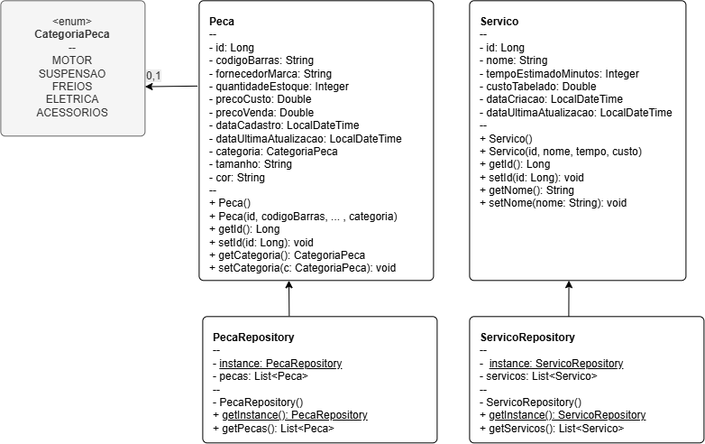
The draw.io diagram docs/Diagrama de classes.drawio.png in Emanuel-bit631/mecaniQA-api-equipe-macapa, before a commit. Source tidied: cells renumbered, new cells last; positions are measured from the earlier drawing's top-left corner, leaving out a move shared by most shapes.
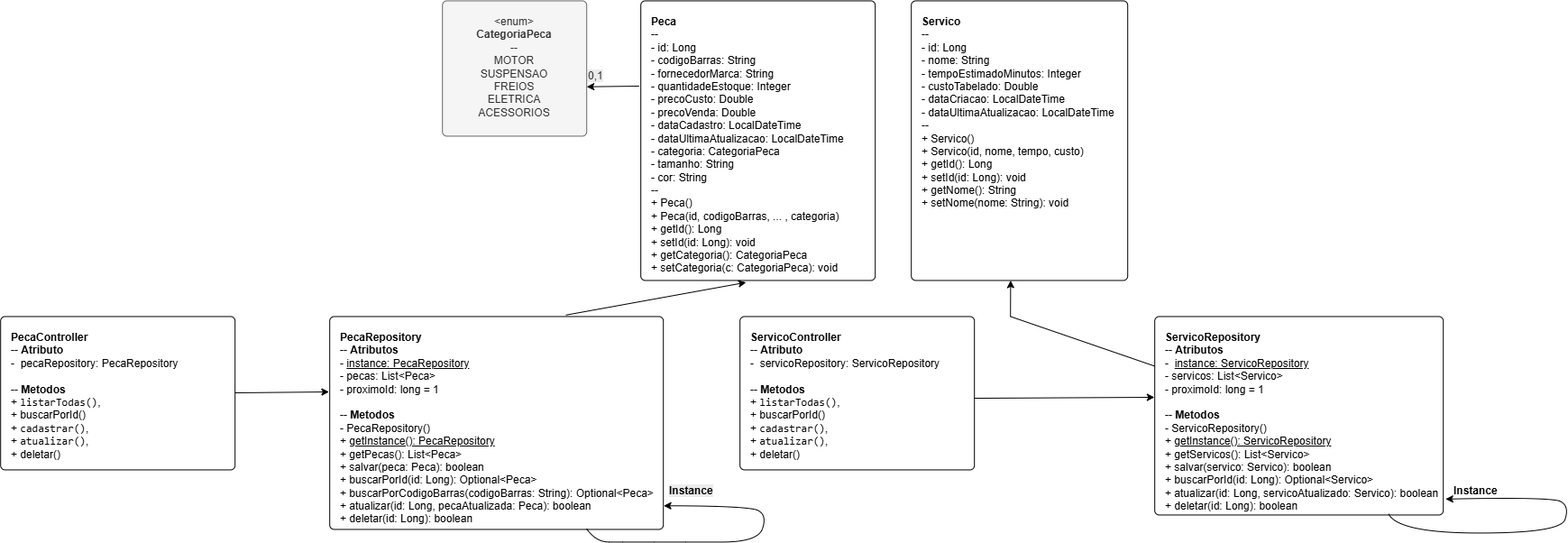
Above is the later version.

Commit message:
Finalizamos o codigo completo da OAT com todos os metodos http solicitados na gestão de peças e serviços adicionamos o arquivo de testes do postman além de atualizar o diagrama de classes

The edit, as a diff of the source:
```diff
@@ -19,16 +19,14 @@
     <mxCell id="6" value="&lt;span style=&quot;color: rgb(51, 51, 51); font-family: Helvetica; font-size: 12px; font-style: normal; font-variant-ligatures: normal; font-variant-caps: normal; font-weight: 400; letter-spacing: normal; orphans: 2; text-align: center; text-indent: 0px; text-transform: none; widows: 2; word-spacing: 0px; -webkit-text-stroke-width: 0px; white-space: normal; background-color: rgb(236, 236, 236); text-decoration-thickness: initial; text-decoration-style: initial; text-decoration-color: initial; float: none; display: inline !important;&quot;&gt;0,1&lt;/span&gt;" style="text;whiteSpace=wrap;html=1;" parent="1" vertex="1">
       <mxGeometry x="160" y="70" width="60" height="40" as="geometry" />
     </mxCell>
-    <mxCell id="7" value="&lt;b&gt;PecaRepository&lt;/b&gt;&lt;br&gt;--&lt;br&gt;-&amp;nbsp;&lt;u&gt;instance: PecaRepository&lt;/u&gt;&lt;br&gt;- pecas: List&amp;lt;Peca&amp;gt;&lt;br&gt;--&lt;br&gt;- PecaRepository()&lt;br&gt;+ &lt;u&gt;getInstance(): PecaRepository&lt;/u&gt;&lt;br&gt;+ getPecas(): List&amp;lt;Peca&amp;gt;" style="swipeable=0;html=1;shape=mxgraph.bootstrap.rrect;rSize=5;fillColor=#ffffff;fontColor=#000000;strokeColor=#000000;align=left;verticalAlign=top;whiteSpace=wrap;spacingTop=10;spacingLeft=10;" parent="1" vertex="1">
-      <mxGeometry x="224" y="350" width="260" height="140" as="geometry" />
+    <mxCell id="7" value="&lt;b&gt;PecaRepository&lt;/b&gt;&lt;br&gt;-- &lt;b&gt;Atributos&lt;/b&gt;&lt;br&gt;-&amp;nbsp;&lt;u&gt;instance: PecaRepository&lt;/u&gt;&lt;br&gt;- pecas: List&amp;lt;Peca&amp;gt;&lt;div&gt;-&amp;nbsp;proximoId: long = 1&lt;/div&gt;&lt;div&gt;&lt;br&gt;-- &lt;b&gt;Metodos&lt;/b&gt;&lt;br&gt;- PecaRepository()&lt;br&gt;+ &lt;u&gt;getInstance(): PecaRepository&lt;/u&gt;&lt;br&gt;+ getPecas(): List&amp;lt;Peca&amp;gt;&lt;/div&gt;&lt;div&gt;+&amp;nbsp;salvar(peca: Peca): boolean&lt;/div&gt;&lt;div&gt;+&amp;nbsp;buscarPorId(id: Long): Optional&amp;lt;Peca&amp;gt;&lt;/div&gt;&lt;div&gt;+&amp;nbsp;buscarPorCodigoBarras(codigoBarras: String): Optional&amp;lt;Peca&amp;gt;&lt;/div&gt;&lt;div&gt;+&amp;nbsp;atualizar(id: Long, pecaAtualizada: Peca): boolean&lt;/div&gt;&lt;div&gt;+&amp;nbsp;deletar(id: Long): boolean&lt;/div&gt;&lt;div&gt;&lt;br&gt;&lt;/div&gt;" style="swipeable=0;html=1;shape=mxgraph.bootstrap.rrect;rSize=5;fillColor=#ffffff;fontColor=#000000;strokeColor=#000000;align=left;verticalAlign=top;whiteSpace=wrap;spacingTop=10;spacingLeft=10;" parent="1" vertex="1">
+      <mxGeometry x="-125" y="350" width="370" height="236" as="geometry" />
     </mxCell>
-    <mxCell id="8" value="&lt;b&gt;ServicoRepository&lt;br&gt;&lt;/b&gt;--&lt;br&gt;-&amp;nbsp; &lt;u&gt;instance: ServicoRepository&lt;/u&gt;&lt;br&gt;- servicos: List&amp;lt;Servico&amp;gt;&lt;br&gt;--&lt;br&gt;- ServicoRepository()&lt;br&gt;+ &lt;u&gt;getInstance(): ServicoRepository&lt;/u&gt;&lt;br&gt;+ getServicos(): List&amp;lt;Servico&amp;gt;" style="swipeable=0;html=1;shape=mxgraph.bootstrap.rrect;rSize=5;fillColor=#ffffff;fontColor=#000000;strokeColor=#000000;align=left;verticalAlign=top;whiteSpace=wrap;spacingTop=10;spacingLeft=10;" parent="1" vertex="1">
-      <mxGeometry x="520" y="350" width="260" height="140" as="geometry" />
+    <mxCell id="8" value="&lt;b&gt;ServicoRepository&lt;br&gt;&lt;/b&gt;-- &lt;b&gt;Atributos&lt;/b&gt;&lt;br&gt;-&amp;nbsp; &lt;u&gt;instance: ServicoRepository&lt;/u&gt;&lt;br&gt;- servicos: List&amp;lt;Servico&amp;gt;&lt;div&gt;- proximoId: long = 1&lt;/div&gt;&lt;div&gt;&lt;br&gt;-- &lt;b&gt;Metodos&lt;/b&gt;&lt;br&gt;- ServicoRepository()&lt;br&gt;+ &lt;u&gt;getInstance(): ServicoRepository&lt;/u&gt;&lt;br&gt;+ getServicos(): List&amp;lt;Servico&amp;gt;&lt;/div&gt;&lt;div&gt;+&amp;nbsp;salvar(servico: Servico): boolean&lt;/div&gt;&lt;div&gt;+&amp;nbsp;buscarPorId(id: Long): Optional&amp;lt;Servico&amp;gt;&lt;/div&gt;&lt;div&gt;+ atualizar(id: Long, servicoAtualizado: Servico): boolean&lt;/div&gt;&lt;div&gt;+&amp;nbsp;deletar(id: Long): boolean&lt;/div&gt;" style="swipeable=0;html=1;shape=mxgraph.bootstrap.rrect;rSize=5;fillColor=#ffffff;fontColor=#000000;strokeColor=#000000;align=left;verticalAlign=top;whiteSpace=wrap;spacingTop=10;spacingLeft=10;" parent="1" vertex="1">
+      <mxGeometry x="790" y="350" width="320" height="220" as="geometry" />
     </mxCell>
-    <mxCell id="9" style="endArrow=classic;html=1;rounded=0;exitX=0.369;exitY=-0.004;exitDx=0;exitDy=0;exitPerimeter=0;" parent="1" edge="1" source="7">
-      <mxGeometry relative="1" as="geometry">
-        <mxPoint x="319.6" y="310" as="targetPoint" />
-      </mxGeometry>
+    <mxCell id="9" style="endArrow=classic;html=1;rounded=0;entryX=0.449;entryY=1.007;entryDx=0;entryDy=0;entryPerimeter=0;exitX=0.708;exitY=-0.007;exitDx=0;exitDy=0;exitPerimeter=0;" parent="1" edge="1" source="7" target="3">
+      <mxGeometry relative="1" as="geometry" />
     </mxCell>
     <mxCell id="10" style="endArrow=classic;html=1;rounded=0;" parent="1" edge="1" source="8">
       <mxGeometry relative="1" as="geometry">
@@ -38,5 +36,50 @@
         </Array>
       </mxGeometry>
     </mxCell>
+    <mxCell id="11" value="&lt;b&gt;PecaController&lt;/b&gt;&lt;br&gt;-- &lt;b&gt;Atributo&lt;/b&gt;&lt;br&gt;-&amp;nbsp;&amp;nbsp;pecaRepository: PecaRepository&lt;div&gt;&lt;br&gt;-- &lt;b&gt;Metodos&lt;/b&gt;&lt;/div&gt;&lt;div&gt;+&amp;nbsp;&lt;code&gt;listarTodas()&lt;/code&gt;,&lt;br&gt;+&amp;nbsp;buscarPorId()&lt;br&gt;+&amp;nbsp;&lt;code style=&quot;background-color: transparent; color: light-dark(rgb(0, 0, 0), rgb(237, 237, 237));&quot;&gt;cadastrar()&lt;/code&gt;&lt;span style=&quot;background-color: transparent; color: light-dark(rgb(0, 0, 0), rgb(237, 237, 237));&quot;&gt;,&lt;/span&gt;&lt;br&gt;&lt;/div&gt;&lt;div&gt;&lt;span style=&quot;background-color: transparent; color: light-dark(rgb(0, 0, 0), rgb(237, 237, 237));&quot;&gt;+&amp;nbsp;&lt;/span&gt;&lt;code style=&quot;background-color: transparent; color: light-dark(rgb(0, 0, 0), rgb(237, 237, 237));&quot;&gt;atualizar()&lt;/code&gt;&lt;span style=&quot;background-color: transparent; color: light-dark(rgb(0, 0, 0), rgb(237, 237, 237));&quot;&gt;,&lt;/span&gt;&lt;span style=&quot;background-color: transparent; color: light-dark(rgb(0, 0, 0), rgb(237, 237, 237));&quot;&gt;&lt;br&gt;&lt;/span&gt;&lt;/div&gt;&lt;div&gt;&lt;span style=&quot;background-color: transparent; color: light-dark(rgb(0, 0, 0), rgb(237, 237, 237));&quot;&gt;+&amp;nbsp;&lt;/span&gt;&lt;span style=&quot;background-color: transparent; color: light-dark(rgb(0, 0, 0), rgb(237, 237, 237));&quot;&gt;deletar()&lt;/span&gt;&lt;/div&gt;" style="swipeable=0;html=1;shape=mxgraph.bootstrap.rrect;rSize=5;fillColor=#ffffff;fontColor=#000000;strokeColor=#000000;align=left;verticalAlign=top;whiteSpace=wrap;spacingTop=10;spacingLeft=10;" parent="1" vertex="1">
+      <mxGeometry x="-490" y="350" width="260" height="170" as="geometry" />
+    </mxCell>
+    <mxCell id="12" value="&lt;b&gt;ServicoController&lt;/b&gt;&lt;br&gt;-- &lt;b&gt;Atributo&lt;/b&gt;&lt;br&gt;-&amp;nbsp;&amp;nbsp;servicoRepository: ServicoRepository&lt;div&gt;&lt;br&gt;-- &lt;b&gt;Metodos&lt;/b&gt;&lt;/div&gt;&lt;div&gt;+&amp;nbsp;&lt;code&gt;listarTodas()&lt;/code&gt;,&lt;br&gt;+&amp;nbsp;buscarPorId()&lt;br&gt;+&amp;nbsp;&lt;code style=&quot;background-color: transparent; color: light-dark(rgb(0, 0, 0), rgb(237, 237, 237));&quot;&gt;cadastrar()&lt;/code&gt;&lt;span style=&quot;background-color: transparent; color: light-dark(rgb(0, 0, 0), rgb(237, 237, 237));&quot;&gt;,&lt;/span&gt;&lt;br&gt;&lt;/div&gt;&lt;div&gt;&lt;span style=&quot;background-color: transparent; color: light-dark(rgb(0, 0, 0), rgb(237, 237, 237));&quot;&gt;+&amp;nbsp;&lt;/span&gt;&lt;code style=&quot;background-color: transparent; color: light-dark(rgb(0, 0, 0), rgb(237, 237, 237));&quot;&gt;atualizar()&lt;/code&gt;&lt;span style=&quot;background-color: transparent; color: light-dark(rgb(0, 0, 0), rgb(237, 237, 237));&quot;&gt;,&lt;/span&gt;&lt;span style=&quot;background-color: transparent; color: light-dark(rgb(0, 0, 0), rgb(237, 237, 237));&quot;&gt;&lt;br&gt;&lt;/span&gt;&lt;/div&gt;&lt;div&gt;&lt;span style=&quot;background-color: transparent; color: light-dark(rgb(0, 0, 0), rgb(237, 237, 237));&quot;&gt;+&amp;nbsp;&lt;/span&gt;&lt;span style=&quot;background-color: transparent; color: light-dark(rgb(0, 0, 0), rgb(237, 237, 237));&quot;&gt;deletar()&lt;/span&gt;&lt;/div&gt;" style="swipeable=0;html=1;shape=mxgraph.bootstrap.rrect;rSize=5;fillColor=#ffffff;fontColor=#000000;strokeColor=#000000;align=left;verticalAlign=top;whiteSpace=wrap;spacingTop=10;spacingLeft=10;" parent="1" vertex="1">
+      <mxGeometry x="330" y="350" width="260" height="170" as="geometry" />
+    </mxCell>
+    <mxCell id="13" style="endArrow=classic;html=1;rounded=0;entryX=-0.002;entryY=0.354;entryDx=0;entryDy=0;entryPerimeter=0;" parent="1" edge="1" target="7">
+      <mxGeometry relative="1" as="geometry">
+        <mxPoint x="-230" y="434.6" as="sourcePoint" />
+      </mxGeometry>
+    </mxCell>
+    <mxCell id="14" style="endArrow=classic;html=1;rounded=0;entryX=-0.001;entryY=0.407;entryDx=0;entryDy=0;entryPerimeter=0;" parent="1" edge="1" target="8">
+      <mxGeometry relative="1" as="geometry">
+        <mxPoint x="590" y="440.6" as="sourcePoint" />
+      </mxGeometry>
+    </mxCell>
+    <mxCell id="15" style="curved=1;endArrow=classic;html=1;rounded=0;exitX=0.792;exitY=0.997;exitDx=0;exitDy=0;exitPerimeter=0;entryX=1.001;entryY=0.889;entryDx=0;entryDy=0;entryPerimeter=0;" parent="1" edge="1" target="7">
+      <mxGeometry relative="1" as="geometry">
+        <mxPoint x="160" y="585.3" as="sourcePoint" />
+        <Array as="points">
+          <mxPoint x="170" y="600" />
+          <mxPoint x="200" y="600" />
+          <mxPoint x="270" y="600" />
+          <mxPoint x="350" y="600" />
+          <mxPoint x="360" y="570" />
+          <mxPoint x="340" y="560" />
+        </Array>
+      </mxGeometry>
+    </mxCell>
+    <mxCell id="16" value="&lt;span style=&quot;color: rgb(0, 0, 0); font-family: Helvetica; font-size: 12px; font-style: normal; font-variant-ligatures: normal; font-variant-caps: normal; letter-spacing: normal; orphans: 2; text-align: left; text-indent: 0px; text-transform: none; widows: 2; word-spacing: 0px; -webkit-text-stroke-width: 0px; white-space: normal; background-color: rgb(236, 236, 236); text-decoration-thickness: initial; text-decoration-style: initial; text-decoration-color: initial; float: none; display: inline !important;&quot;&gt;&lt;b&gt;Instance&lt;/b&gt;&lt;/span&gt;" style="text;whiteSpace=wrap;html=1;" parent="1" vertex="1">
+      <mxGeometry x="250" y="530" width="80" height="40" as="geometry" />
+    </mxCell>
+    <mxCell id="17" style="curved=1;endArrow=classic;html=1;rounded=0;exitX=0.81;exitY=0.994;exitDx=0;exitDy=0;exitPerimeter=0;entryX=1.008;entryY=0.92;entryDx=0;entryDy=0;entryPerimeter=0;" parent="1" edge="1" source="8" target="8">
+      <mxGeometry relative="1" as="geometry">
+        <Array as="points">
+          <mxPoint x="1060" y="590" />
+          <mxPoint x="1240" y="590" />
+          <mxPoint x="1250" y="560" />
+          <mxPoint x="1230" y="550" />
+        </Array>
+      </mxGeometry>
+    </mxCell>
+    <mxCell id="18" value="&lt;b style=&quot;forced-color-adjust: none; color: rgb(0, 0, 0); font-family: Helvetica; font-size: 12px; font-style: normal; font-variant-ligatures: normal; font-variant-caps: normal; letter-spacing: normal; orphans: 2; text-align: left; text-indent: 0px; text-transform: none; widows: 2; word-spacing: 0px; -webkit-text-stroke-width: 0px; white-space: normal; text-decoration-thickness: initial; text-decoration-style: initial; text-decoration-color: initial;&quot;&gt;Instance&lt;/b&gt;" style="text;whiteSpace=wrap;html=1;" parent="1" vertex="1">
+      <mxGeometry x="1120" y="530" width="80" height="40" as="geometry" />
+    </mxCell>
   </root>
 </mxGraphModel>
```
